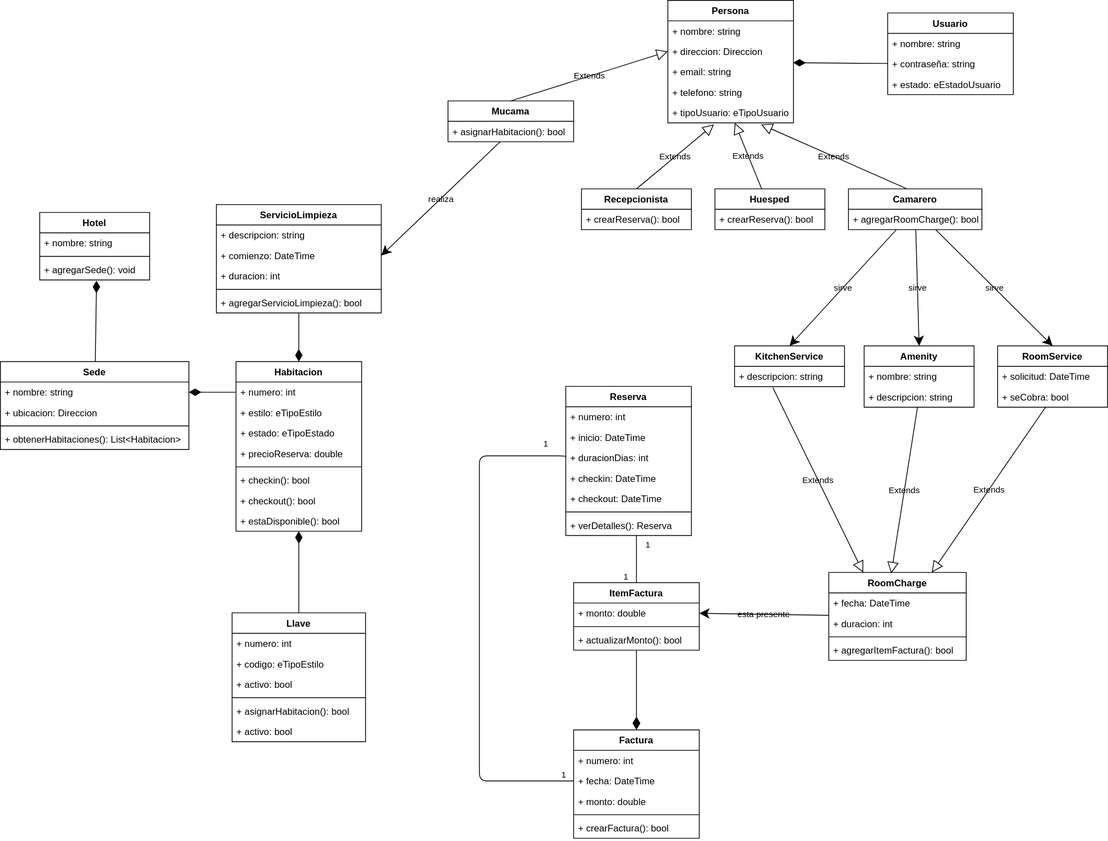
Above: diagramas/sistema-de-gestion-hotelera/class.drawio.svg in ET12Objetos/TrabajoPracticoIntegrador (draw.io), before the change. Source tidied: cells renumbered, new cells last; positions are measured from the earlier drawing's top-left corner, leaving out a move shared by most shapes.
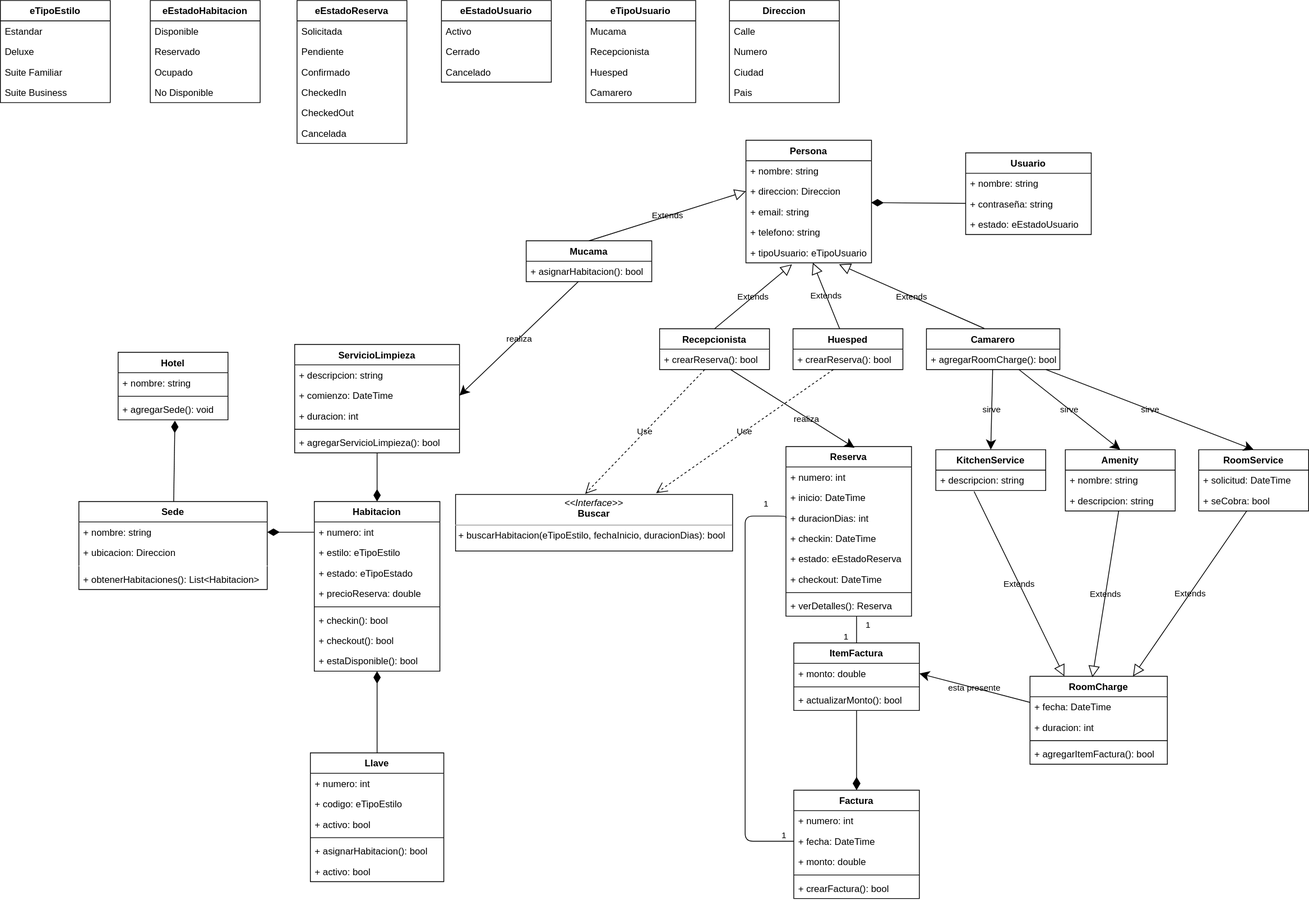
After the change.

Commit message:
Actualizar diagrama

The edit, as a diff of the source:
```diff
@@ -10,3 +10,3 @@
     </mxCell>
-    <mxCell id="4" style="line;strokeWidth=1;fillColor=none;align=left;verticalAlign=middle;spacingTop=-1;spacingLeft=3;spacingRight=3;labelPosition=right;fontColor=#000000;" parent="2" vertex="1">
+    <mxCell id="4" style="line;strokeWidth=1;fillColor=none;align=left;verticalAlign=middle;spacingTop=-1;spacingLeft=3;spacingRight=3;labelPosition=right;fontColor=#000000;strokeColor=#000000;" parent="2" vertex="1">
       <mxGeometry y="52" width="140" height="8" as="geometry" />
@@ -28,3 +28,3 @@
     </mxCell>
-    <mxCell id="10" style="line;strokeWidth=1;fillColor=none;align=left;verticalAlign=middle;spacingTop=-1;spacingLeft=3;spacingRight=3;labelPosition=right;fontColor=#000000;" parent="7" vertex="1">
+    <mxCell id="10" style="line;strokeWidth=1;fillColor=none;align=left;verticalAlign=middle;spacingTop=-1;spacingLeft=3;spacingRight=3;labelPosition=right;fontColor=#000000;strokeColor=#FFFFFF;" parent="7" vertex="1">
       <mxGeometry y="78" width="240" height="8" as="geometry" />
@@ -49,3 +49,3 @@
     </mxCell>
-    <mxCell id="17" style="line;strokeWidth=1;fillColor=none;align=left;verticalAlign=middle;spacingTop=-1;spacingLeft=3;spacingRight=3;labelPosition=right;fontColor=#000000;" parent="12" vertex="1">
+    <mxCell id="17" style="line;strokeWidth=1;fillColor=none;align=left;verticalAlign=middle;spacingTop=-1;spacingLeft=3;spacingRight=3;labelPosition=right;fontColor=#000000;strokeColor=#000000;" parent="12" vertex="1">
       <mxGeometry y="130" width="160" height="8" as="geometry" />
@@ -76,3 +76,3 @@
     </mxCell>
-    <mxCell id="26" style="line;strokeWidth=1;fillColor=none;align=left;verticalAlign=middle;spacingTop=-1;spacingLeft=3;spacingRight=3;labelPosition=right;fontColor=#000000;" parent="22" vertex="1">
+    <mxCell id="26" style="line;strokeWidth=1;fillColor=none;align=left;verticalAlign=middle;spacingTop=-1;spacingLeft=3;spacingRight=3;labelPosition=right;fontColor=#000000;strokeColor=#000000;" parent="22" vertex="1">
       <mxGeometry y="104" width="170" height="8" as="geometry" />
@@ -176,3 +176,3 @@
     <mxCell id="59" value="Reserva" style="swimlane;fontStyle=1;align=center;verticalAlign=top;horizontal=1;startSize=26;fontColor=#000000;strokeColor=#000000;fillColor=none;" parent="1" vertex="1">
-      <mxGeometry x="720" y="491.5" width="160" height="190" as="geometry" />
+      <mxGeometry x="901" y="390" width="160" height="216" as="geometry" />
     </mxCell>
@@ -190,13 +190,16 @@
     </mxCell>
+    <mxCell id="106" value="+ estado: eEstadoReserva" style="text;strokeColor=none;fillColor=none;align=left;verticalAlign=top;spacingLeft=4;spacingRight=4;overflow=hidden;fontColor=#000000;" parent="59" vertex="1">
+      <mxGeometry y="130" width="160" height="26" as="geometry" />
+    </mxCell>
     <mxCell id="64" value="+ checkout: DateTime" style="text;strokeColor=none;fillColor=none;align=left;verticalAlign=top;spacingLeft=4;spacingRight=4;overflow=hidden;fontColor=#000000;" parent="59" vertex="1">
-      <mxGeometry y="130" width="160" height="26" as="geometry" />
+      <mxGeometry y="156" width="160" height="26" as="geometry" />
     </mxCell>
-    <mxCell id="65" style="line;strokeWidth=1;fillColor=none;align=left;verticalAlign=middle;spacingTop=-1;spacingLeft=3;spacingRight=3;labelPosition=right;fontColor=#000000;" parent="59" vertex="1">
-      <mxGeometry y="156" width="160" height="8" as="geometry" />
+    <mxCell id="65" style="line;strokeWidth=1;fillColor=none;align=left;verticalAlign=middle;spacingTop=-1;spacingLeft=3;spacingRight=3;labelPosition=right;fontColor=#000000;strokeColor=#000000;" parent="59" vertex="1">
+      <mxGeometry y="182" width="160" height="8" as="geometry" />
     </mxCell>
     <mxCell id="66" value="+ verDetalles(): Reserva" style="text;strokeColor=none;fillColor=none;align=left;verticalAlign=top;spacingLeft=4;spacingRight=4;overflow=hidden;points=[[0,0.5],[1,0.5]];portConstraint=eastwest;fontColor=#000000;" parent="59" vertex="1">
-      <mxGeometry y="164" width="160" height="26" as="geometry" />
+      <mxGeometry y="190" width="160" height="26" as="geometry" />
     </mxCell>
     <mxCell id="67" value="Amenity" style="swimlane;fontStyle=1;horizontal=1;startSize=26;fillColor=none;fontColor=#000000;strokeColor=#000000;" parent="1" vertex="1">
-      <mxGeometry x="1100" y="440" width="140" height="78" as="geometry" />
+      <mxGeometry x="1257" y="394" width="140" height="78" as="geometry" />
     </mxCell>
@@ -209,3 +212,3 @@
     <mxCell id="70" value="RoomService" style="swimlane;fontStyle=1;horizontal=1;startSize=26;fillColor=none;fontColor=#000000;strokeColor=#000000;" parent="1" vertex="1">
-      <mxGeometry x="1270" y="440" width="140" height="78" as="geometry" />
+      <mxGeometry x="1427" y="394" width="140" height="78" as="geometry" />
     </mxCell>
@@ -218,3 +221,3 @@
     <mxCell id="73" value="KitchenService" style="swimlane;fontStyle=1;horizontal=1;startSize=26;fillColor=none;fontColor=#000000;strokeColor=#000000;" parent="1" vertex="1">
-      <mxGeometry x="935" y="440" width="140" height="52" as="geometry" />
+      <mxGeometry x="1092" y="394" width="140" height="52" as="geometry" />
     </mxCell>
@@ -227,3 +230,3 @@
     <mxCell id="76" value="RoomCharge" style="swimlane;fontStyle=1;horizontal=1;startSize=26;fillColor=none;fontColor=#000000;strokeColor=#000000;" parent="1" vertex="1">
-      <mxGeometry x="1055" y="728.5" width="175" height="112" as="geometry" />
+      <mxGeometry x="1212" y="682.5" width="175" height="112" as="geometry" />
     </mxCell>
@@ -235,3 +238,3 @@
     </mxCell>
-    <mxCell id="79" style="line;strokeWidth=1;fillColor=none;align=left;verticalAlign=middle;spacingTop=-1;spacingLeft=3;spacingRight=3;labelPosition=right;fontColor=#000000;" parent="76" vertex="1">
+    <mxCell id="79" style="line;strokeWidth=1;fillColor=none;align=left;verticalAlign=middle;spacingTop=-1;spacingLeft=3;spacingRight=3;labelPosition=right;fontColor=#000000;strokeColor=#000000;" parent="76" vertex="1">
       <mxGeometry y="78" width="175" height="8" as="geometry" />
@@ -245,3 +248,3 @@
     <mxCell id="82" value="ItemFactura" style="swimlane;fontStyle=1;align=center;verticalAlign=top;horizontal=1;startSize=26;fontColor=#000000;strokeColor=#000000;fillColor=none;" parent="1" vertex="1">
-      <mxGeometry x="730" y="741.5" width="160" height="86" as="geometry" />
+      <mxGeometry x="911" y="640" width="160" height="86" as="geometry" />
     </mxCell>
@@ -250,3 +253,3 @@
     </mxCell>
-    <mxCell id="84" style="line;strokeWidth=1;fillColor=none;align=left;verticalAlign=middle;spacingTop=-1;spacingLeft=3;spacingRight=3;labelPosition=right;fontColor=#000000;" parent="82" vertex="1">
+    <mxCell id="84" style="line;strokeWidth=1;fillColor=none;align=left;verticalAlign=middle;spacingTop=-1;spacingLeft=3;spacingRight=3;labelPosition=right;fontColor=#000000;strokeColor=#000000;" parent="82" vertex="1">
       <mxGeometry y="52" width="160" height="8" as="geometry" />
@@ -257,3 +260,3 @@
     <mxCell id="86" value="Factura" style="swimlane;fontStyle=1;align=center;verticalAlign=top;horizontal=1;startSize=26;fontColor=#000000;strokeColor=#000000;fillColor=none;" parent="1" vertex="1">
-      <mxGeometry x="730" y="929" width="160" height="138" as="geometry" />
+      <mxGeometry x="911" y="827.5" width="160" height="138" as="geometry" />
     </mxCell>
@@ -268,3 +271,3 @@
     </mxCell>
-    <mxCell id="90" style="line;strokeWidth=1;fillColor=none;align=left;verticalAlign=middle;spacingTop=-1;spacingLeft=3;spacingRight=3;labelPosition=right;fontColor=#000000;" parent="86" vertex="1">
+    <mxCell id="90" style="line;strokeWidth=1;fillColor=none;align=left;verticalAlign=middle;spacingTop=-1;spacingLeft=3;spacingRight=3;labelPosition=right;fontColor=#000000;strokeColor=#000000;" parent="86" vertex="1">
       <mxGeometry y="104" width="160" height="8" as="geometry" />
@@ -280,5 +283,5 @@
         <Array as="points">
-          <mxPoint x="720" y="580" />
-          <mxPoint x="610" y="580" />
-          <mxPoint x="610" y="994" />
+          <mxPoint x="901" y="478.5" />
+          <mxPoint x="849" y="478.5" />
+          <mxPoint x="849" y="892.5" />
         </Array>
@@ -299,4 +302,4 @@
         <Array as="points">
-          <mxPoint x="810" y="700" />
-          <mxPoint x="810" y="700" />
+          <mxPoint x="991" y="598.5" />
+          <mxPoint x="991" y="598.5" />
         </Array>
@@ -339,2 +342,107 @@
     </mxCell>
+    <mxCell id="107" value="eTipoEstilo" style="swimlane;fontStyle=1;horizontal=1;startSize=26;fillColor=none;fontColor=#000000;strokeColor=#000000;" parent="1" vertex="1">
+      <mxGeometry x="-100" y="-178" width="140" height="130" as="geometry" />
+    </mxCell>
+    <mxCell id="108" value="Estandar" style="text;strokeColor=none;fillColor=none;align=left;verticalAlign=top;spacingLeft=4;spacingRight=4;overflow=hidden;fontColor=#000000;" parent="107" vertex="1">
+      <mxGeometry y="26" width="140" height="26" as="geometry" />
+    </mxCell>
+    <mxCell id="109" value="Deluxe" style="text;strokeColor=none;fillColor=none;align=left;verticalAlign=top;spacingLeft=4;spacingRight=4;overflow=hidden;fontColor=#000000;" parent="107" vertex="1">
+      <mxGeometry y="52" width="140" height="26" as="geometry" />
+    </mxCell>
+    <mxCell id="110" value="Suite Familiar" style="text;strokeColor=none;fillColor=none;align=left;verticalAlign=top;spacingLeft=4;spacingRight=4;overflow=hidden;fontColor=#000000;" parent="107" vertex="1">
+      <mxGeometry y="78" width="140" height="26" as="geometry" />
+    </mxCell>
+    <mxCell id="111" value="Suite Business" style="text;strokeColor=none;fillColor=none;align=left;verticalAlign=top;spacingLeft=4;spacingRight=4;overflow=hidden;fontColor=#000000;" parent="107" vertex="1">
+      <mxGeometry y="104" width="140" height="26" as="geometry" />
+    </mxCell>
+    <mxCell id="112" value="eEstadoHabitacion" style="swimlane;fontStyle=1;horizontal=1;startSize=26;fillColor=none;fontColor=#000000;strokeColor=#000000;" parent="1" vertex="1">
+      <mxGeometry x="91" y="-178" width="140" height="130" as="geometry" />
+    </mxCell>
+    <mxCell id="113" value="Disponible" style="text;strokeColor=none;fillColor=none;align=left;verticalAlign=top;spacingLeft=4;spacingRight=4;overflow=hidden;fontColor=#000000;" parent="112" vertex="1">
+      <mxGeometry y="26" width="140" height="26" as="geometry" />
+    </mxCell>
+    <mxCell id="114" value="Reservado" style="text;strokeColor=none;fillColor=none;align=left;verticalAlign=top;spacingLeft=4;spacingRight=4;overflow=hidden;fontColor=#000000;" parent="112" vertex="1">
+      <mxGeometry y="52" width="140" height="26" as="geometry" />
+    </mxCell>
+    <mxCell id="115" value="Ocupado" style="text;strokeColor=none;fillColor=none;align=left;verticalAlign=top;spacingLeft=4;spacingRight=4;overflow=hidden;fontColor=#000000;" parent="112" vertex="1">
+      <mxGeometry y="78" width="140" height="26" as="geometry" />
+    </mxCell>
+    <mxCell id="116" value="No Disponible" style="text;strokeColor=none;fillColor=none;align=left;verticalAlign=top;spacingLeft=4;spacingRight=4;overflow=hidden;fontColor=#000000;" parent="112" vertex="1">
+      <mxGeometry y="104" width="140" height="26" as="geometry" />
+    </mxCell>
+    <mxCell id="117" value="eEstadoReserva" style="swimlane;fontStyle=1;horizontal=1;startSize=26;fillColor=none;fontColor=#000000;strokeColor=#000000;" parent="1" vertex="1">
+      <mxGeometry x="278" y="-178" width="140" height="182" as="geometry" />
+    </mxCell>
+    <mxCell id="118" value="Solicitada" style="text;strokeColor=none;fillColor=none;align=left;verticalAlign=top;spacingLeft=4;spacingRight=4;overflow=hidden;fontColor=#000000;" parent="117" vertex="1">
+      <mxGeometry y="26" width="140" height="26" as="geometry" />
+    </mxCell>
+    <mxCell id="119" value="Pendiente" style="text;strokeColor=none;fillColor=none;align=left;verticalAlign=top;spacingLeft=4;spacingRight=4;overflow=hidden;fontColor=#000000;" parent="117" vertex="1">
+      <mxGeometry y="52" width="140" height="26" as="geometry" />
+    </mxCell>
+    <mxCell id="120" value="Confirmado" style="text;strokeColor=none;fillColor=none;align=left;verticalAlign=top;spacingLeft=4;spacingRight=4;overflow=hidden;fontColor=#000000;" parent="117" vertex="1">
+      <mxGeometry y="78" width="140" height="26" as="geometry" />
+    </mxCell>
+    <mxCell id="121" value="CheckedIn" style="text;strokeColor=none;fillColor=none;align=left;verticalAlign=top;spacingLeft=4;spacingRight=4;overflow=hidden;fontColor=#000000;" parent="117" vertex="1">
+      <mxGeometry y="104" width="140" height="26" as="geometry" />
+    </mxCell>
+    <mxCell id="122" value="CheckedOut" style="text;strokeColor=none;fillColor=none;align=left;verticalAlign=top;spacingLeft=4;spacingRight=4;overflow=hidden;fontColor=#000000;" parent="117" vertex="1">
+      <mxGeometry y="130" width="140" height="26" as="geometry" />
+    </mxCell>
+    <mxCell id="123" value="Cancelada" style="text;strokeColor=none;fillColor=none;align=left;verticalAlign=top;spacingLeft=4;spacingRight=4;overflow=hidden;fontColor=#000000;" parent="117" vertex="1">
+      <mxGeometry y="156" width="140" height="26" as="geometry" />
+    </mxCell>
+    <mxCell id="124" value="eEstadoUsuario" style="swimlane;fontStyle=1;horizontal=1;startSize=26;fillColor=none;fontColor=#000000;strokeColor=#000000;" parent="1" vertex="1">
+      <mxGeometry x="462" y="-178" width="140" height="104" as="geometry" />
+    </mxCell>
+    <mxCell id="125" value="Activo" style="text;strokeColor=none;fillColor=none;align=left;verticalAlign=top;spacingLeft=4;spacingRight=4;overflow=hidden;fontColor=#000000;" parent="124" vertex="1">
+      <mxGeometry y="26" width="140" height="26" as="geometry" />
+    </mxCell>
+    <mxCell id="126" value="Cerrado" style="text;strokeColor=none;fillColor=none;align=left;verticalAlign=top;spacingLeft=4;spacingRight=4;overflow=hidden;fontColor=#000000;" parent="124" vertex="1">
+      <mxGeometry y="52" width="140" height="26" as="geometry" />
+    </mxCell>
+    <mxCell id="127" value="Cancelado" style="text;strokeColor=none;fillColor=none;align=left;verticalAlign=top;spacingLeft=4;spacingRight=4;overflow=hidden;fontColor=#000000;" parent="124" vertex="1">
+      <mxGeometry y="78" width="140" height="26" as="geometry" />
+    </mxCell>
+    <mxCell id="128" value="eTipoUsuario" style="swimlane;fontStyle=1;horizontal=1;startSize=26;fillColor=none;fontColor=#000000;strokeColor=#000000;" parent="1" vertex="1">
+      <mxGeometry x="646" y="-178" width="140" height="130" as="geometry" />
+    </mxCell>
+    <mxCell id="129" value="Mucama" style="text;strokeColor=none;fillColor=none;align=left;verticalAlign=top;spacingLeft=4;spacingRight=4;overflow=hidden;fontColor=#000000;" parent="128" vertex="1">
+      <mxGeometry y="26" width="140" height="26" as="geometry" />
+    </mxCell>
+    <mxCell id="130" value="Recepcionista" style="text;strokeColor=none;fillColor=none;align=left;verticalAlign=top;spacingLeft=4;spacingRight=4;overflow=hidden;fontColor=#000000;" parent="128" vertex="1">
+      <mxGeometry y="52" width="140" height="26" as="geometry" />
+    </mxCell>
+    <mxCell id="131" value="Huesped" style="text;strokeColor=none;fillColor=none;align=left;verticalAlign=top;spacingLeft=4;spacingRight=4;overflow=hidden;fontColor=#000000;" parent="128" vertex="1">
+      <mxGeometry y="78" width="140" height="26" as="geometry" />
+    </mxCell>
+    <mxCell id="132" value="Camarero" style="text;strokeColor=none;fillColor=none;align=left;verticalAlign=top;spacingLeft=4;spacingRight=4;overflow=hidden;fontColor=#000000;" parent="128" vertex="1">
+      <mxGeometry y="104" width="140" height="26" as="geometry" />
+    </mxCell>
+    <mxCell id="133" value="Direccion" style="swimlane;fontStyle=1;horizontal=1;startSize=26;fillColor=none;fontColor=#000000;strokeColor=#000000;" parent="1" vertex="1">
+      <mxGeometry x="829" y="-178" width="140" height="130" as="geometry" />
+    </mxCell>
+    <mxCell id="134" value="Calle" style="text;strokeColor=none;fillColor=none;align=left;verticalAlign=top;spacingLeft=4;spacingRight=4;overflow=hidden;fontColor=#000000;" parent="133" vertex="1">
+      <mxGeometry y="26" width="140" height="26" as="geometry" />
+    </mxCell>
+    <mxCell id="135" value="Numero" style="text;strokeColor=none;fillColor=none;align=left;verticalAlign=top;spacingLeft=4;spacingRight=4;overflow=hidden;fontColor=#000000;" parent="133" vertex="1">
+      <mxGeometry y="52" width="140" height="26" as="geometry" />
+    </mxCell>
+    <mxCell id="136" value="Ciudad" style="text;strokeColor=none;fillColor=none;align=left;verticalAlign=top;spacingLeft=4;spacingRight=4;overflow=hidden;fontColor=#000000;" parent="133" vertex="1">
+      <mxGeometry y="78" width="140" height="26" as="geometry" />
+    </mxCell>
+    <mxCell id="137" value="Pais" style="text;strokeColor=none;fillColor=none;align=left;verticalAlign=top;spacingLeft=4;spacingRight=4;overflow=hidden;fontColor=#000000;" parent="133" vertex="1">
+      <mxGeometry y="104" width="140" height="26" as="geometry" />
+    </mxCell>
+    <mxCell id="138" value="&lt;p style=&quot;margin: 0px ; margin-top: 4px ; text-align: center&quot;&gt;&lt;i&gt;&amp;lt;&amp;lt;Interface&amp;gt;&amp;gt;&lt;/i&gt;&lt;br&gt;&lt;b&gt;Buscar&lt;/b&gt;&lt;/p&gt;&lt;hr size=&quot;1&quot;&gt;&lt;p style=&quot;margin: 0px ; margin-left: 4px&quot;&gt;&lt;/p&gt;&lt;p style=&quot;margin: 0px ; margin-left: 4px&quot;&gt;+ buscarHabitacion(eTipoEstilo, fechaInicio, duracionDias): bool&lt;br&gt;&lt;br&gt;&lt;/p&gt;" style="verticalAlign=top;align=left;overflow=fill;fontSize=12;fontFamily=Helvetica;html=1;fontColor=#000000;strokeColor=#000000;fillColor=none;" parent="1" vertex="1">
+      <mxGeometry x="480" y="451" width="353" height="72" as="geometry" />
+    </mxCell>
+    <mxCell id="139" value="Use" style="endArrow=open;endSize=12;dashed=1;html=1;fontColor=#000000;labelBackgroundColor=none;strokeColor=#000000;entryX=0.468;entryY=-0.011;entryDx=0;entryDy=0;entryPerimeter=0;" parent="1" edge="1" source="47" target="138">
+      <mxGeometry relative="1" as="geometry" />
+    </mxCell>
+    <mxCell id="140" value="Use" style="endArrow=open;endSize=12;dashed=1;html=1;fontColor=#000000;labelBackgroundColor=none;strokeColor=#000000;entryX=0.724;entryY=-0.024;entryDx=0;entryDy=0;entryPerimeter=0;" parent="1" edge="1" source="49" target="138">
+      <mxGeometry relative="1" as="geometry" />
+    </mxCell>
+    <mxCell id="141" value="realiza" style="edgeStyle=none;html=1;entryX=0.546;entryY=0.007;entryDx=0;entryDy=0;endArrow=classic;endFill=1;startSize=6;endSize=10;fontColor=#000000;strokeColor=#000000;labelBackgroundColor=none;entryPerimeter=0;" parent="1" edge="1" source="47" target="59">
+      <mxGeometry x="0.23" y="-2" relative="1" as="geometry" />
+    </mxCell>
   </root>
```
